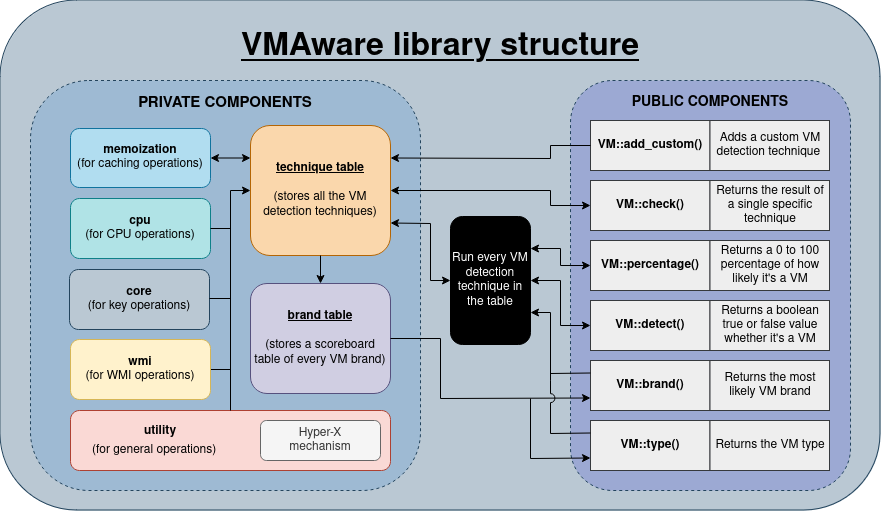
kernelwernel/VMAware keeps this draw.io diagram as assets/vmaware_new.drawio.png. Above is the earlier version. Source tidied: cells renumbered, new cells last; positions are measured from the earlier drawing's top-left corner, leaving out a move shared by most shapes.
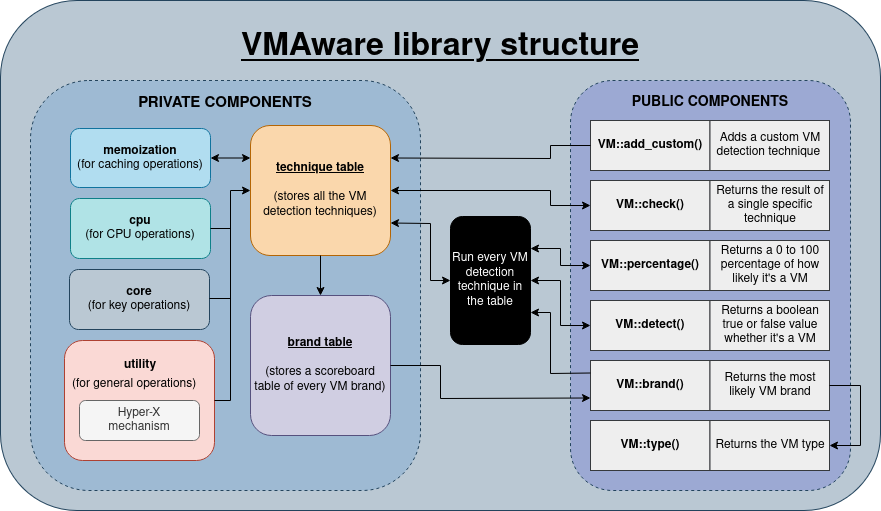
The same file after the commit.

The edit, as a diff of the source:
```diff
@@ -9,7 +9,7 @@
       <mxGeometry x="30" y="80" width="390" height="410" as="geometry" />
     </mxCell>
     <mxCell id="4" value="&lt;p style=&quot;line-height: 600%;&quot;&gt;&lt;font color=&quot;#000000&quot;&gt;&lt;br&gt;&lt;/font&gt;&lt;/p&gt;" style="rounded=1;whiteSpace=wrap;html=1;fillColor=#fad9d5;strokeColor=#ae4132;" parent="1" vertex="1">
-      <mxGeometry x="70" y="410" width="320" height="60" as="geometry" />
+      <mxGeometry x="64" y="340" width="150" height="120" as="geometry" />
     </mxCell>
     <mxCell id="5" value="&lt;font color=&quot;#000000&quot;&gt;&lt;b&gt;cpu&lt;/b&gt;&lt;br&gt;(for CPU operations)&lt;br&gt;&lt;/font&gt;" style="rounded=1;whiteSpace=wrap;html=1;fillColor=#b0e3e6;strokeColor=#0e8088;" parent="1" vertex="1">
       <mxGeometry x="70" y="198" width="140" height="60" as="geometry" />
@@ -21,7 +21,7 @@
       <mxGeometry x="250" y="125" width="140" height="130" as="geometry" />
     </mxCell>
     <mxCell id="8" value="&lt;font color=&quot;#000000&quot;&gt;&lt;b&gt;&lt;u&gt;brand table&lt;br&gt;&lt;/u&gt;&lt;/b&gt;&lt;/font&gt;&lt;div&gt;&lt;br&gt;&lt;font color=&quot;#000000&quot;&gt;(stores a scoreboard table of every VM brand)&lt;/font&gt;&lt;/div&gt;" style="rounded=1;whiteSpace=wrap;html=1;fillColor=#d0cee2;strokeColor=#56517e;verticalAlign=middle;" parent="1" vertex="1">
-      <mxGeometry x="250" y="283" width="140" height="110" as="geometry" />
+      <mxGeometry x="250" y="295" width="140" height="140" as="geometry" />
     </mxCell>
     <mxCell id="9" style="endArrow=classic;html=1;rounded=0;exitX=0.5;exitY=1;exitDx=0;exitDy=0;entryX=0.5;entryY=0;entryDx=0;entryDy=0;strokeColor=#000000;" parent="1" edge="1" source="7" target="8">
       <mxGeometry relative="1" as="geometry" />
@@ -35,7 +35,7 @@
     <mxCell id="12" style="endArrow=classic;html=1;rounded=0;exitX=1;exitY=0.5;exitDx=0;exitDy=0;entryX=0;entryY=0.75;entryDx=0;entryDy=0;strokeColor=#000000;" parent="1" edge="1" source="8" target="11">
       <mxGeometry relative="1" as="geometry">
         <Array as="points">
-          <mxPoint x="440" y="338" />
+          <mxPoint x="440" y="365" />
           <mxPoint x="440" y="398" />
         </Array>
       </mxGeometry>
@@ -97,14 +97,6 @@
         </Array>
       </mxGeometry>
     </mxCell>
-    <mxCell id="27" style="endArrow=none;html=1;rounded=0;entryX=1;entryY=0.5;entryDx=0;entryDy=0;sourcePerimeterSpacing=0;strokeColor=#000000;endFill=0;startArrow=classic;startFill=1;exitX=0;exitY=0.5;exitDx=0;exitDy=0;" parent="1" edge="1" source="7" target="33">
-      <mxGeometry relative="1" as="geometry">
-        <Array as="points">
-          <mxPoint x="230" y="190" />
-          <mxPoint x="230" y="369" />
-        </Array>
-      </mxGeometry>
-    </mxCell>
     <mxCell id="28" style="endArrow=classic;html=1;rounded=0;exitX=0;exitY=0.25;exitDx=0;exitDy=0;entryX=1;entryY=0.75;entryDx=0;entryDy=0;strokeColor=#000000;" parent="1" edge="1" source="11" target="18">
       <mxGeometry relative="1" as="geometry">
         <Array as="points">
@@ -138,9 +130,6 @@
     <mxCell id="32" style="endArrow=classic;startArrow=classic;html=1;rounded=0;entryX=1;entryY=0.5;entryDx=0;entryDy=0;exitX=0;exitY=0.25;exitDx=0;exitDy=0;strokeColor=#000000;" parent="1" edge="1" source="7" target="6">
       <mxGeometry relative="1" as="geometry" />
     </mxCell>
-    <mxCell id="33" value="&lt;font color=&quot;#000000&quot;&gt;&lt;b&gt;wmi&lt;/b&gt;&lt;br&gt;(for WMI operations)&lt;br&gt;&lt;/font&gt;" style="rounded=1;whiteSpace=wrap;html=1;fillColor=#fff2cc;strokeColor=#d6b656;" parent="1" vertex="1">
-      <mxGeometry x="70" y="339" width="140" height="60" as="geometry" />
-    </mxCell>
     <mxCell id="34" style="endArrow=none;html=1;rounded=0;strokeColor=#000000;entryX=1;entryY=0.5;entryDx=0;entryDy=0;" parent="1" edge="1" target="5">
       <mxGeometry relative="1" as="geometry">
         <mxPoint x="230" y="228" as="sourcePoint" />
@@ -153,47 +142,29 @@
       <mxGeometry x="709.5" y="420" width="119.5" height="50" as="geometry" />
     </mxCell>
     <mxCell id="37" value="&lt;span style=&quot;color: rgb(0, 0, 0); font-family: Helvetica; font-size: 12px; font-style: normal; font-variant-ligatures: normal; font-variant-caps: normal; font-weight: 400; letter-spacing: normal; orphans: 2; text-align: center; text-indent: 0px; text-transform: none; widows: 2; word-spacing: 0px; -webkit-text-stroke-width: 0px; white-space: normal; text-decoration-thickness: initial; text-decoration-style: initial; text-decoration-color: initial; float: none; display: inline !important;&quot;&gt;(for general operations)&lt;/span&gt;" style="text;whiteSpace=wrap;html=1;labelBackgroundColor=none;" parent="1" vertex="1">
-      <mxGeometry x="90" y="436" width="160" height="40" as="geometry" />
+      <mxGeometry x="70" y="370" width="160" height="40" as="geometry" />
     </mxCell>
     <mxCell id="38" value="Hyper-X &lt;br&gt;mechanism" style="rounded=1;whiteSpace=wrap;html=1;fillColor=#f5f5f5;strokeColor=#666666;fontColor=#333333;" parent="1" vertex="1">
-      <mxGeometry x="260" y="420" width="120" height="40" as="geometry" />
+      <mxGeometry x="79" y="400" width="120" height="40" as="geometry" />
     </mxCell>
     <mxCell id="39" value="&lt;b&gt;utility&lt;/b&gt;" style="text;html=1;align=center;verticalAlign=middle;whiteSpace=wrap;rounded=0;" parent="1" vertex="1">
-      <mxGeometry x="130" y="416" width="60" height="30" as="geometry" />
+      <mxGeometry x="110" y="350" width="60" height="30" as="geometry" />
     </mxCell>
-    <mxCell id="40" style="endArrow=none;html=1;rounded=0;" parent="1" edge="1">
-      <mxGeometry relative="1" as="geometry">
-        <mxPoint x="230" y="410" as="sourcePoint" />
-        <mxPoint x="230" y="330" as="targetPoint" />
-      </mxGeometry>
-    </mxCell>
-    <mxCell id="41" style="endArrow=none;html=1;rounded=0;exitX=0;exitY=0.25;exitDx=0;exitDy=0;targetPerimeterSpacing=0;jumpStyle=arc;jumpSize=9;" parent="1" edge="1" source="35">
-      <mxGeometry relative="1" as="geometry">
-        <mxPoint x="550" y="380" as="targetPoint" />
-        <Array as="points">
-          <mxPoint x="550" y="433" />
-        </Array>
-      </mxGeometry>
-    </mxCell>
-    <mxCell id="42" style="endArrow=classic;html=1;rounded=0;entryX=0;entryY=0.75;entryDx=0;entryDy=0;" parent="1" edge="1" target="35">
-      <mxGeometry relative="1" as="geometry">
-        <mxPoint x="530" y="398" as="sourcePoint" />
-        <Array as="points">
-          <mxPoint x="530" y="458" />
-        </Array>
-      </mxGeometry>
-    </mxCell>
-    <mxCell id="43" style="endArrow=none;html=1;rounded=0;" parent="1" edge="1">
-      <mxGeometry relative="1" as="geometry">
-        <mxPoint x="550" y="380" as="sourcePoint" />
-        <mxPoint x="550" y="370" as="targetPoint" />
-      </mxGeometry>
-    </mxCell>
-    <mxCell id="44" style="endArrow=none;html=1;rounded=0;" parent="1" edge="1">
-      <mxGeometry relative="1" as="geometry">
-        <mxPoint x="550" y="390" as="sourcePoint" />
-        <mxPoint x="550" y="380" as="targetPoint" />
-      </mxGeometry>
-    </mxCell>
+    <mxCell id="45" style="endArrow=classic;html=1;rounded=0;exitX=1;exitY=0.5;exitDx=0;exitDy=0;startFill=0;entryX=0;entryY=0.5;entryDx=0;entryDy=0;endFill=1;" parent="1" edge="1" source="4" target="7">
+      <mxGeometry relative="1" as="geometry">
+        <Array as="points">
+          <mxPoint x="230" y="400" />
+          <mxPoint x="230" y="190" />
+        </Array>
+      </mxGeometry>
+    </mxCell>
+    <mxCell id="46" style="endArrow=classic;html=1;rounded=0;exitX=1;exitY=0.5;exitDx=0;exitDy=0;entryX=1;entryY=0.5;entryDx=0;entryDy=0;" parent="1" edge="1" source="15" target="36">
+      <mxGeometry relative="1" as="geometry">
+        <Array as="points">
+          <mxPoint x="860" y="385" />
+          <mxPoint x="860" y="445" />
+        </Array>
+      </mxGeometry>
+    </mxCell>
   </root>
 </mxGraphModel>
```
